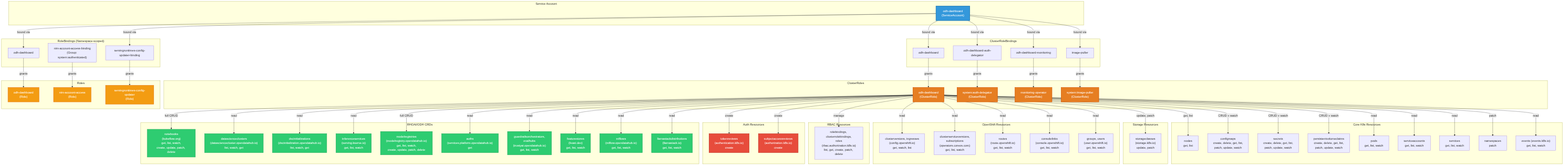
Before: architecture/rhoai.next/diagrams/odh-dashboard-rbac.png, a diagram exported from Mermaid (rhuss/architecture-context). Its source is kept beside it as architecture/rhoai.next/diagrams/odh-dashboard-rbac.mmd. Its diagram source:
```mermaid
graph TD
    subgraph SA["Service Account"]
        ServiceAccount["odh-dashboard<br/>(ServiceAccount)"]
    end

    subgraph CRBs["ClusterRoleBindings"]
        CRB1["odh-dashboard"]
        CRB2["odh-dashboard-auth-delegator"]
        CRB3["odh-dashboard-monitoring"]
        CRB4["image-puller"]
    end

    subgraph CRs["ClusterRoles"]
        CR_Main["odh-dashboard<br/>(ClusterRole)"]
        CR_AuthDelegator["system:auth-delegator<br/>(ClusterRole)"]
        CR_Monitoring["monitoring-operator<br/>(ClusterRole)"]
        CR_ImagePuller["system:image-puller<br/>(ClusterRole)"]
    end

    subgraph RBs["RoleBindings (Namespace-scoped)"]
        RB1["odh-dashboard"]
        RB2["nim-account-access-binding<br/>(Group: system:authenticated)"]
        RB3["servingruntimes-config-updater-binding"]
    end

    subgraph Roles["Roles"]
        Role_Main["odh-dashboard<br/>(Role)"]
        Role_NIM["nim-account-access<br/>(Role)"]
        Role_SR["servingruntimes-config-updater<br/>(Role)"]
    end

    ServiceAccount -->|"bound via"| CRB1
    ServiceAccount -->|"bound via"| CRB2
    ServiceAccount -->|"bound via"| CRB3
    ServiceAccount -->|"bound via"| CRB4

    CRB1 -->|"grants"| CR_Main
    CRB2 -->|"grants"| CR_AuthDelegator
    CRB3 -->|"grants"| CR_Monitoring
    CRB4 -->|"grants"| CR_ImagePuller

    ServiceAccount -->|"bound via"| RB1
    ServiceAccount -->|"bound via"| RB3

    RB1 -->|"grants"| Role_Main
    RB2 -->|"grants"| Role_NIM
    RB3 -->|"grants"| Role_SR

    subgraph K8sCore["Core K8s Resources"]
        Nodes["nodes<br/>get, list"]
        ConfigMaps["configmaps<br/>create, delete, get, list,<br/>patch, update, watch"]
        Secrets["secrets<br/>create, delete, get, list,<br/>patch, update, watch"]
        PVCs["persistentvolumeclaims<br/>create, delete, get, list,<br/>patch, update, watch"]
        Pods["pods<br/>get, list, watch"]
        SAs["serviceaccounts<br/>get, list, watch"]
        Services["services<br/>get, list, watch"]
        Namespaces["namespaces<br/>patch"]
        Events["events (events.k8s.io)<br/>get, list, watch"]
    end

    subgraph Storage["Storage Resources"]
        StorageClasses["storageclasses<br/>(storage.k8s.io)<br/>update, patch"]
    end

    subgraph OpenShift["OpenShift Resources"]
        ClusterVersions["clusterversions, ingresses<br/>(config.openshift.io)<br/>get, watch, list"]
        CSVs["clusterserviceversions,<br/>subscriptions<br/>(operators.coreos.com)<br/>get, list, watch"]
        Routes["routes<br/>(route.openshift.io)<br/>get, list, watch"]
        ConsoleLinks["consolelinks<br/>(console.openshift.io)<br/>get, list, watch"]
        Users["groups, users<br/>(user.openshift.io)<br/>get, list, watch"]
    end

    subgraph RBAC_Resources["RBAC Resources"]
        RoleBindings["rolebindings, clusterrolebindings,<br/>roles<br/>(rbac.authorization.k8s.io)<br/>list, get, create, patch, delete"]
    end

    subgraph AuthZ["Auth Resources"]
        TokenReviews["tokenreviews<br/>(authentication.k8s.io)<br/>create"]
        SAR["subjectaccessreviews<br/>(authorization.k8s.io)<br/>create"]
    end

    subgraph RHOAI_CRDs["RHOAI/ODH CRDs"]
        Notebooks["notebooks<br/>(kubeflow.org)<br/>get, list, watch,<br/>create, update, patch, delete"]
        DSClusters["datascienceclusters<br/>(datasciencecluster.opendatahub.io)<br/>list, watch, get"]
        DSCIs["dscinitializations<br/>(dscinitialization.opendatahub.io)<br/>list, watch, get"]
        InferenceServices["inferenceservices<br/>(serving.kserve.io)<br/>get, list, watch"]
        ModelRegistries["modelregistries<br/>(modelregistry.opendatahub.io)<br/>get, list, watch,<br/>create, update, patch, delete"]
        PlatformAuths["auths<br/>(services.platform.opendatahub.io)<br/>get"]
        Guardrails["guardrailsorchestrators,<br/>evalhubs<br/>(trustyai.opendatahub.io)<br/>get, list, watch"]
        FeatureStores["featurestores<br/>(feast.dev)<br/>get, list, watch"]
        MLflows["mlflows<br/>(mlflow.opendatahub.io)<br/>get, list, watch"]
        LlamaStacks["llamastackdistributions<br/>(llamastack.io)<br/>get, list, watch"]
    end

    CR_Main -->|"get, list"| Nodes
    CR_Main -->|"CRUD + watch"| ConfigMaps
    CR_Main -->|"CRUD + watch"| Secrets
    CR_Main -->|"CRUD + watch"| PVCs
    CR_Main -->|"read"| Pods
    CR_Main -->|"read"| SAs
    CR_Main -->|"read"| Services
    CR_Main -->|"patch"| Namespaces
    CR_Main -->|"read"| Events
    CR_Main -->|"update, patch"| StorageClasses
    CR_Main -->|"read"| ClusterVersions
    CR_Main -->|"read"| CSVs
    CR_Main -->|"read"| Routes
    CR_Main -->|"read"| ConsoleLinks
    CR_Main -->|"read"| Users
    CR_Main -->|"manage"| RoleBindings
    CR_Main -->|"create"| TokenReviews
    CR_Main -->|"create"| SAR
    CR_Main -->|"full CRUD"| Notebooks
    CR_Main -->|"read"| DSClusters
    CR_Main -->|"read"| DSCIs
    CR_Main -->|"read"| InferenceServices
    CR_Main -->|"full CRUD"| ModelRegistries
    CR_Main -->|"read"| PlatformAuths
    CR_Main -->|"read"| Guardrails
    CR_Main -->|"read"| FeatureStores
    CR_Main -->|"read"| MLflows
    CR_Main -->|"read"| LlamaStacks

    style ServiceAccount fill:#3498db,stroke:#2980b9,stroke-width:3px,color:#fff
    style CR_Main fill:#e67e22,stroke:#d35400,stroke-width:2px,color:#fff
    style CR_AuthDelegator fill:#e67e22,stroke:#d35400,stroke-width:2px,color:#fff
    style CR_Monitoring fill:#e67e22,stroke:#d35400,stroke-width:2px,color:#fff
    style CR_ImagePuller fill:#e67e22,stroke:#d35400,stroke-width:2px,color:#fff
    style Role_Main fill:#f39c12,stroke:#e67e22,stroke-width:2px,color:#fff
    style Role_NIM fill:#f39c12,stroke:#e67e22,stroke-width:2px,color:#fff
    style Role_SR fill:#f39c12,stroke:#e67e22,stroke-width:2px,color:#fff
    style Notebooks fill:#2ecc71,stroke:#27ae60,stroke-width:2px,color:#fff
    style ModelRegistries fill:#2ecc71,stroke:#27ae60,stroke-width:2px,color:#fff
    style InferenceServices fill:#2ecc71,stroke:#27ae60,stroke-width:2px,color:#fff
    style DSClusters fill:#2ecc71,stroke:#27ae60,stroke-width:2px,color:#fff
    style DSCIs fill:#2ecc71,stroke:#27ae60,stroke-width:2px,color:#fff
    style Guardrails fill:#2ecc71,stroke:#27ae60,stroke-width:2px,color:#fff
    style FeatureStores fill:#2ecc71,stroke:#27ae60,stroke-width:2px,color:#fff
    style MLflows fill:#2ecc71,stroke:#27ae60,stroke-width:2px,color:#fff
    style LlamaStacks fill:#2ecc71,stroke:#27ae60,stroke-width:2px,color:#fff
    style PlatformAuths fill:#2ecc71,stroke:#27ae60,stroke-width:2px,color:#fff
    style TokenReviews fill:#e74c3c,stroke:#c0392b,stroke-width:2px,color:#fff
    style SAR fill:#e74c3c,stroke:#c0392b,stroke-width:2px,color:#fff
```
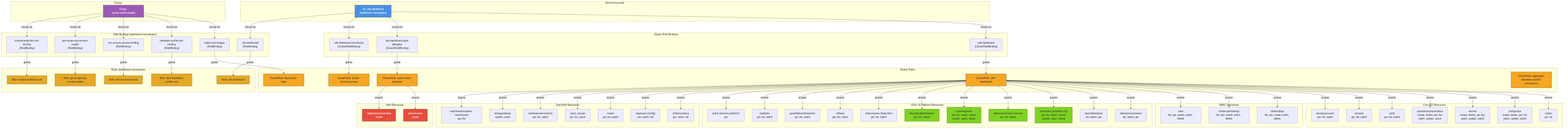
Later version of the same file.

Diff of the diagram source:
```diff
@@ -1,143 +1,157 @@
 graph TD
-    subgraph SA["Service Account"]
-        ServiceAccount["odh-dashboard<br/>(ServiceAccount)"]
+    subgraph ServiceAccounts["Service Accounts"]
+        SA["SA: odh-dashboard<br/>(dashboard namespace)"]
     end
 
-    subgraph CRBs["ClusterRoleBindings"]
-        CRB1["odh-dashboard"]
-        CRB2["odh-dashboard-auth-delegator"]
-        CRB3["odh-dashboard-monitoring"]
-        CRB4["image-puller"]
+    subgraph Groups["Groups"]
+        AuthGroup["Group: system:authenticated"]
     end
 
-    subgraph CRs["ClusterRoles"]
-        CR_Main["odh-dashboard<br/>(ClusterRole)"]
-        CR_AuthDelegator["system:auth-delegator<br/>(ClusterRole)"]
-        CR_Monitoring["monitoring-operator<br/>(ClusterRole)"]
-        CR_ImagePuller["system:image-puller<br/>(ClusterRole)"]
+    subgraph ClusterRoleBindings["Cluster Role Bindings"]
+        CRB_Main["odh-dashboard<br/>(ClusterRoleBinding)"]
+        CRB_AuthDelegator["odh-dashboard-auth-delegator<br/>(ClusterRoleBinding)"]
+        CRB_Monitoring["odh-dashboard-monitoring<br/>(ClusterRoleBinding)"]
     end
 
-    subgraph RBs["RoleBindings (Namespace-scoped)"]
-        RB1["odh-dashboard"]
-        RB2["nim-account-access-binding<br/>(Group: system:authenticated)"]
-        RB3["servingruntimes-config-updater-binding"]
+    subgraph RoleBindings["Role Bindings (dashboard namespace)"]
+        RB_Main["odh-dashboard<br/>(RoleBinding)"]
+        RB_Builds["builds-and-images<br/>(RoleBinding)"]
+        RB_HW["hardware-profile-role-binding<br/>(RoleBinding)"]
+        RB_NIM["nim-account-access-binding<br/>(RoleBinding)"]
+        RB_MCP["gen-ai-aa-mcp-servers-reader<br/>(RoleBinding)"]
+        RB_EvalHub["trustyai-evalhubs-role-binding<br/>(RoleBinding)"]
     end
 
-    subgraph Roles["Roles"]
-        Role_Main["odh-dashboard<br/>(Role)"]
-        Role_NIM["nim-account-access<br/>(Role)"]
-        Role_SR["servingruntimes-config-updater<br/>(Role)"]
+    subgraph ClusterRoles["Cluster Roles"]
+        CR_Main["ClusterRole: odh-dashboard"]
+        CR_AuthDelegator["ClusterRole: system:auth-delegator"]
+        CR_Monitoring["ClusterRole: cluster-monitoring-view"]
+        CR_DSG["ClusterRole: dsg-cluster-roles"]
+        CR_HWAgg["ClusterRole: aggregate-hardware-profiles-permissions"]
     end
 
-    ServiceAccount -->|"bound via"| CRB1
-    ServiceAccount -->|"bound via"| CRB2
-    ServiceAccount -->|"bound via"| CRB3
-    ServiceAccount -->|"bound via"| CRB4
+    subgraph Roles["Roles (dashboard namespace)"]
+        R_Main["Role: odh-dashboard"]
+        R_HW["Role: fetch-hardware-profiles-role"]
+        R_NIM["Role: nim-account-access"]
+        R_MCP["Role: gen-ai-aa-mcp-servers-reader"]
+        R_EvalHub["Role: trustyai-evalhubs-role"]
+    end
 
-    CRB1 -->|"grants"| CR_Main
-    CRB2 -->|"grants"| CR_AuthDelegator
-    CRB3 -->|"grants"| CR_Monitoring
-    CRB4 -->|"grants"| CR_ImagePuller
-
-    ServiceAccount -->|"bound via"| RB1
-    ServiceAccount -->|"bound via"| RB3
-
-    RB1 -->|"grants"| Role_Main
-    RB2 -->|"grants"| Role_NIM
-    RB3 -->|"grants"| Role_SR
-
-    subgraph K8sCore["Core K8s Resources"]
+    subgraph Resources_Core["Core API Resources"]
         Nodes["nodes<br/>get, list"]
         ConfigMaps["configmaps<br/>create, delete, get, list,<br/>patch, update, watch"]
         Secrets["secrets<br/>create, delete, get, list,<br/>patch, update, watch"]
         PVCs["persistentvolumeclaims<br/>create, delete, get, list,<br/>patch, update, watch"]
         Pods["pods<br/>get, list, watch"]
+        Services["services<br/>get, list, watch"]
         SAs["serviceaccounts<br/>get, list, watch"]
-        Services["services<br/>get, list, watch"]
-        Namespaces["namespaces<br/>patch"]
-        Events["events (events.k8s.io)<br/>get, list, watch"]
     end
 
-    subgraph Storage["Storage Resources"]
-        StorageClasses["storageclasses<br/>(storage.k8s.io)<br/>update, patch"]
+    subgraph Resources_RBAC["RBAC Resources"]
+        RoleBindings_R["rolebindings<br/>list, get, create, patch, delete"]
+        ClusterRoleBindings_R["clusterrolebindings<br/>list, get, create, patch, delete"]
+        Roles_R["roles<br/>list, get, create, patch, delete"]
     end
 
-    subgraph OpenShift["OpenShift Resources"]
-        ClusterVersions["clusterversions, ingresses<br/>(config.openshift.io)<br/>get, watch, list"]
-        CSVs["clusterserviceversions,<br/>subscriptions<br/>(operators.coreos.com)<br/>get, list, watch"]
-        Routes["routes<br/>(route.openshift.io)<br/>get, list, watch"]
-        ConsoleLinks["consolelinks<br/>(console.openshift.io)<br/>get, list, watch"]
-        Users["groups, users<br/>(user.openshift.io)<br/>get, list, watch"]
+    subgraph Resources_ODH["ODH / AI Platform Resources"]
+        DSC["datascienceclusters<br/>list, watch, get"]
+        DSCI["dscinitializations<br/>list, watch, get"]
+        Notebooks["notebooks (kubeflow.org)<br/>get, list, watch, create,<br/>update, patch, delete"]
+        InferenceServices["inferenceservices (kserve)<br/>get, list, watch"]
+        ModelRegistries["modelregistries<br/>get, list, watch, create,<br/>update, patch, delete"]
+        LSD["llamastackdistributions<br/>get, list, watch"]
+        FeatureStores["featurestores (feast.dev)<br/>get, list, watch"]
+        MLflows["mlflows<br/>get, list, watch"]
+        Guardrails["guardrailsorchestrators<br/>get, list, watch"]
+        EvalHubs["evalhubs<br/>get, list, watch"]
+        Auths["auths (services.platform)<br/>get"]
     end
 
-    subgraph RBAC_Resources["RBAC Resources"]
-        RoleBindings["rolebindings, clusterrolebindings,<br/>roles<br/>(rbac.authorization.k8s.io)<br/>list, get, create, patch, delete"]
+    subgraph Resources_Auth["Auth Resources"]
+        TokenReviews["tokenreviews<br/>create"]
+        SAR["subjectaccessreviews<br/>create"]
     end
 
-    subgraph AuthZ["Auth Resources"]
-        TokenReviews["tokenreviews<br/>(authentication.k8s.io)<br/>create"]
-        SAR["subjectaccessreviews<br/>(authorization.k8s.io)<br/>create"]
+    subgraph Resources_OpenShift["OpenShift Resources"]
+        ClusterVersions["clusterversions<br/>get, watch, list"]
+        Ingresses["ingresses (config)<br/>get, watch, list"]
+        Routes["routes<br/>get, list, watch"]
+        Users["users, groups<br/>get, list, watch"]
+        CSVs["clusterserviceversions<br/>get, list, watch"]
+        StorageClasses["storageclasses<br/>update, patch"]
+        MachineSets["machineautoscalers, machinesets<br/>get, list"]
     end
 
-    subgraph RHOAI_CRDs["RHOAI/ODH CRDs"]
-        Notebooks["notebooks<br/>(kubeflow.org)<br/>get, list, watch,<br/>create, update, patch, delete"]
-        DSClusters["datascienceclusters<br/>(datasciencecluster.opendatahub.io)<br/>list, watch, get"]
-        DSCIs["dscinitializations<br/>(dscinitialization.opendatahub.io)<br/>list, watch, get"]
-        InferenceServices["inferenceservices<br/>(serving.kserve.io)<br/>get, list, watch"]
-        ModelRegistries["modelregistries<br/>(modelregistry.opendatahub.io)<br/>get, list, watch,<br/>create, update, patch, delete"]
-        PlatformAuths["auths<br/>(services.platform.opendatahub.io)<br/>get"]
-        Guardrails["guardrailsorchestrators,<br/>evalhubs<br/>(trustyai.opendatahub.io)<br/>get, list, watch"]
-        FeatureStores["featurestores<br/>(feast.dev)<br/>get, list, watch"]
-        MLflows["mlflows<br/>(mlflow.opendatahub.io)<br/>get, list, watch"]
-        LlamaStacks["llamastackdistributions<br/>(llamastack.io)<br/>get, list, watch"]
-    end
+    SA -->|bound via| CRB_Main
+    SA -->|bound via| CRB_AuthDelegator
+    SA -->|bound via| CRB_Monitoring
+    SA -->|bound via| RB_Main
 
-    CR_Main -->|"get, list"| Nodes
-    CR_Main -->|"CRUD + watch"| ConfigMaps
-    CR_Main -->|"CRUD + watch"| Secrets
-    CR_Main -->|"CRUD + watch"| PVCs
-    CR_Main -->|"read"| Pods
-    CR_Main -->|"read"| SAs
-    CR_Main -->|"read"| Services
-    CR_Main -->|"patch"| Namespaces
-    CR_Main -->|"read"| Events
-    CR_Main -->|"update, patch"| StorageClasses
-    CR_Main -->|"read"| ClusterVersions
-    CR_Main -->|"read"| CSVs
-    CR_Main -->|"read"| Routes
-    CR_Main -->|"read"| ConsoleLinks
-    CR_Main -->|"read"| Users
-    CR_Main -->|"manage"| RoleBindings
-    CR_Main -->|"create"| TokenReviews
-    CR_Main -->|"create"| SAR
-    CR_Main -->|"full CRUD"| Notebooks
-    CR_Main -->|"read"| DSClusters
-    CR_Main -->|"read"| DSCIs
-    CR_Main -->|"read"| InferenceServices
-    CR_Main -->|"full CRUD"| ModelRegistries
-    CR_Main -->|"read"| PlatformAuths
-    CR_Main -->|"read"| Guardrails
-    CR_Main -->|"read"| FeatureStores
-    CR_Main -->|"read"| MLflows
-    CR_Main -->|"read"| LlamaStacks
+    AuthGroup -->|bound via| RB_Builds
+    AuthGroup -->|bound via| RB_HW
+    AuthGroup -->|bound via| RB_NIM
+    AuthGroup -->|bound via| RB_MCP
+    AuthGroup -->|bound via| RB_EvalHub
 
-    style ServiceAccount fill:#3498db,stroke:#2980b9,stroke-width:3px,color:#fff
-    style CR_Main fill:#e67e22,stroke:#d35400,stroke-width:2px,color:#fff
-    style CR_AuthDelegator fill:#e67e22,stroke:#d35400,stroke-width:2px,color:#fff
-    style CR_Monitoring fill:#e67e22,stroke:#d35400,stroke-width:2px,color:#fff
-    style CR_ImagePuller fill:#e67e22,stroke:#d35400,stroke-width:2px,color:#fff
-    style Role_Main fill:#f39c12,stroke:#e67e22,stroke-width:2px,color:#fff
-    style Role_NIM fill:#f39c12,stroke:#e67e22,stroke-width:2px,color:#fff
-    style Role_SR fill:#f39c12,stroke:#e67e22,stroke-width:2px,color:#fff
-    style Notebooks fill:#2ecc71,stroke:#27ae60,stroke-width:2px,color:#fff
-    style ModelRegistries fill:#2ecc71,stroke:#27ae60,stroke-width:2px,color:#fff
-    style InferenceServices fill:#2ecc71,stroke:#27ae60,stroke-width:2px,color:#fff
-    style DSClusters fill:#2ecc71,stroke:#27ae60,stroke-width:2px,color:#fff
-    style DSCIs fill:#2ecc71,stroke:#27ae60,stroke-width:2px,color:#fff
-    style Guardrails fill:#2ecc71,stroke:#27ae60,stroke-width:2px,color:#fff
-    style FeatureStores fill:#2ecc71,stroke:#27ae60,stroke-width:2px,color:#fff
-    style MLflows fill:#2ecc71,stroke:#27ae60,stroke-width:2px,color:#fff
-    style LlamaStacks fill:#2ecc71,stroke:#27ae60,stroke-width:2px,color:#fff
-    style PlatformAuths fill:#2ecc71,stroke:#27ae60,stroke-width:2px,color:#fff
-    style TokenReviews fill:#e74c3c,stroke:#c0392b,stroke-width:2px,color:#fff
-    style SAR fill:#e74c3c,stroke:#c0392b,stroke-width:2px,color:#fff
+    CRB_Main -->|grants| CR_Main
+    CRB_AuthDelegator -->|grants| CR_AuthDelegator
+    CRB_Monitoring -->|grants| CR_Monitoring
+
+    RB_Main -->|grants| R_Main
+    RB_Builds -->|grants| CR_DSG
+    RB_HW -->|grants| R_HW
+    RB_NIM -->|grants| R_NIM
+    RB_MCP -->|grants| R_MCP
+    RB_EvalHub -->|grants| R_EvalHub
+
+    CR_Main -->|access| Nodes
+    CR_Main -->|access| ConfigMaps
+    CR_Main -->|access| Secrets
+    CR_Main -->|access| PVCs
+    CR_Main -->|access| Pods
+    CR_Main -->|access| Services
+    CR_Main -->|access| SAs
+    CR_Main -->|access| RoleBindings_R
+    CR_Main -->|access| ClusterRoleBindings_R
+    CR_Main -->|access| Roles_R
+    CR_Main -->|access| DSC
+    CR_Main -->|access| DSCI
+    CR_Main -->|access| Notebooks
+    CR_Main -->|access| InferenceServices
+    CR_Main -->|access| ModelRegistries
+    CR_Main -->|access| LSD
+    CR_Main -->|access| FeatureStores
+    CR_Main -->|access| MLflows
+    CR_Main -->|access| Guardrails
+    CR_Main -->|access| EvalHubs
+    CR_Main -->|access| Auths
+    CR_Main -->|access| ClusterVersions
+    CR_Main -->|access| Ingresses
+    CR_Main -->|access| Routes
+    CR_Main -->|access| Users
+    CR_Main -->|access| CSVs
+    CR_Main -->|access| StorageClasses
+    CR_Main -->|access| MachineSets
+
+    CR_AuthDelegator -->|access| TokenReviews
+    CR_AuthDelegator -->|access| SAR
+
+    style SA fill:#4a90e2,stroke:#333,color:#fff
+    style AuthGroup fill:#9b59b6,stroke:#333,color:#fff
+    style CR_Main fill:#f5a623,stroke:#333
+    style CR_AuthDelegator fill:#f5a623,stroke:#333
+    style CR_Monitoring fill:#f5a623,stroke:#333
+    style CR_DSG fill:#f5a623,stroke:#333
+    style CR_HWAgg fill:#f5a623,stroke:#333
+    style R_Main fill:#e6a823,stroke:#333
+    style R_HW fill:#e6a823,stroke:#333
+    style R_NIM fill:#e6a823,stroke:#333
+    style R_MCP fill:#e6a823,stroke:#333
+    style R_EvalHub fill:#e6a823,stroke:#333
+    style Notebooks fill:#7ed321,stroke:#333
+    style ModelRegistries fill:#7ed321,stroke:#333
+    style InferenceServices fill:#7ed321,stroke:#333
+    style LSD fill:#7ed321,stroke:#333
+    style TokenReviews fill:#e74c3c,stroke:#333,color:#fff
+    style SAR fill:#e74c3c,stroke:#333,color:#fff
```
